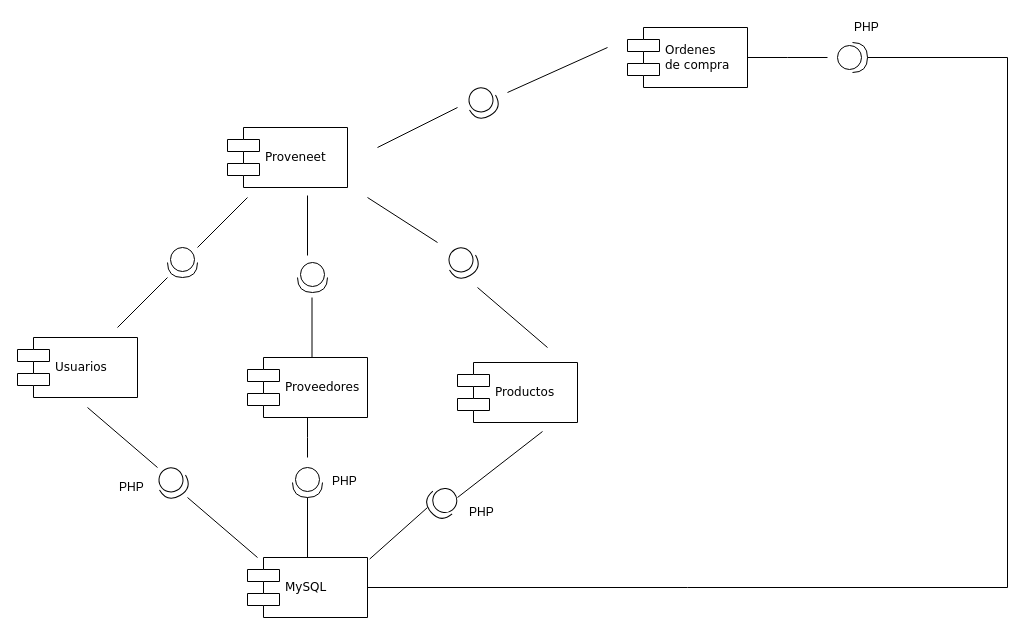
Earlier version of the draw.io diagram IS-Proveneet-Components.drawio (NeutronBlast/IS-Ex). Source tidied: cells renumbered, new cells numbered last; positions are measured from the earlier drawing's top-left corner, leaving out a move shared by most shapes. Both pictures are drawn from the tidied source at 100%, with x=0, y=0 at pixel (17, 17).
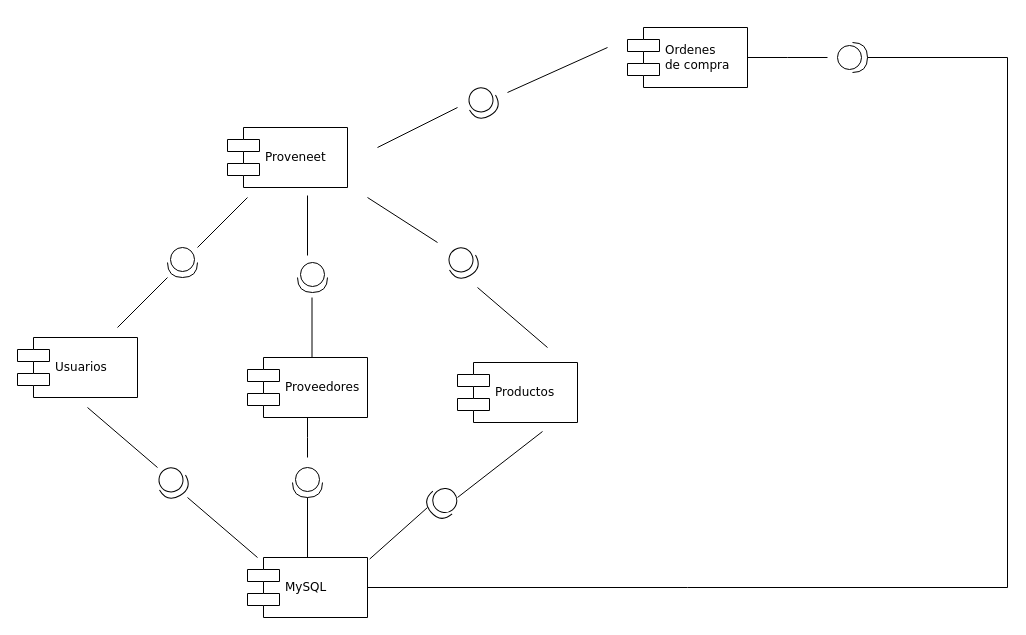
Above is the later version.

Change to the diagram source:
```diff
@@
-    <mxCell id="25" value="PHP" style="text;html=1;align=left;verticalAlign=top;spacingTop=-4;" parent="1" vertex="1">
-      <mxGeometry x="313" y="454" width="40" height="10" as="geometry" />
-    </mxCell>
@@
-    <mxCell id="29" value="PHP" style="text;html=1;align=left;verticalAlign=top;spacingTop=-4;" parent="1" vertex="1">
-      <mxGeometry x="100" y="460" width="40" height="10" as="geometry" />
-    </mxCell>
@@
-    <mxCell id="32" value="PHP" style="text;html=1;align=left;verticalAlign=top;spacingTop=-4;" parent="1" vertex="1">
-      <mxGeometry x="450" y="485" width="40" height="10" as="geometry" />
-    </mxCell>
@@
-    <mxCell id="36" value="PHP" style="text;html=1;align=left;verticalAlign=top;spacingTop=-4;" parent="1" vertex="1">
-      <mxGeometry x="835" width="40" height="10" as="geometry" />
-    </mxCell>
```
